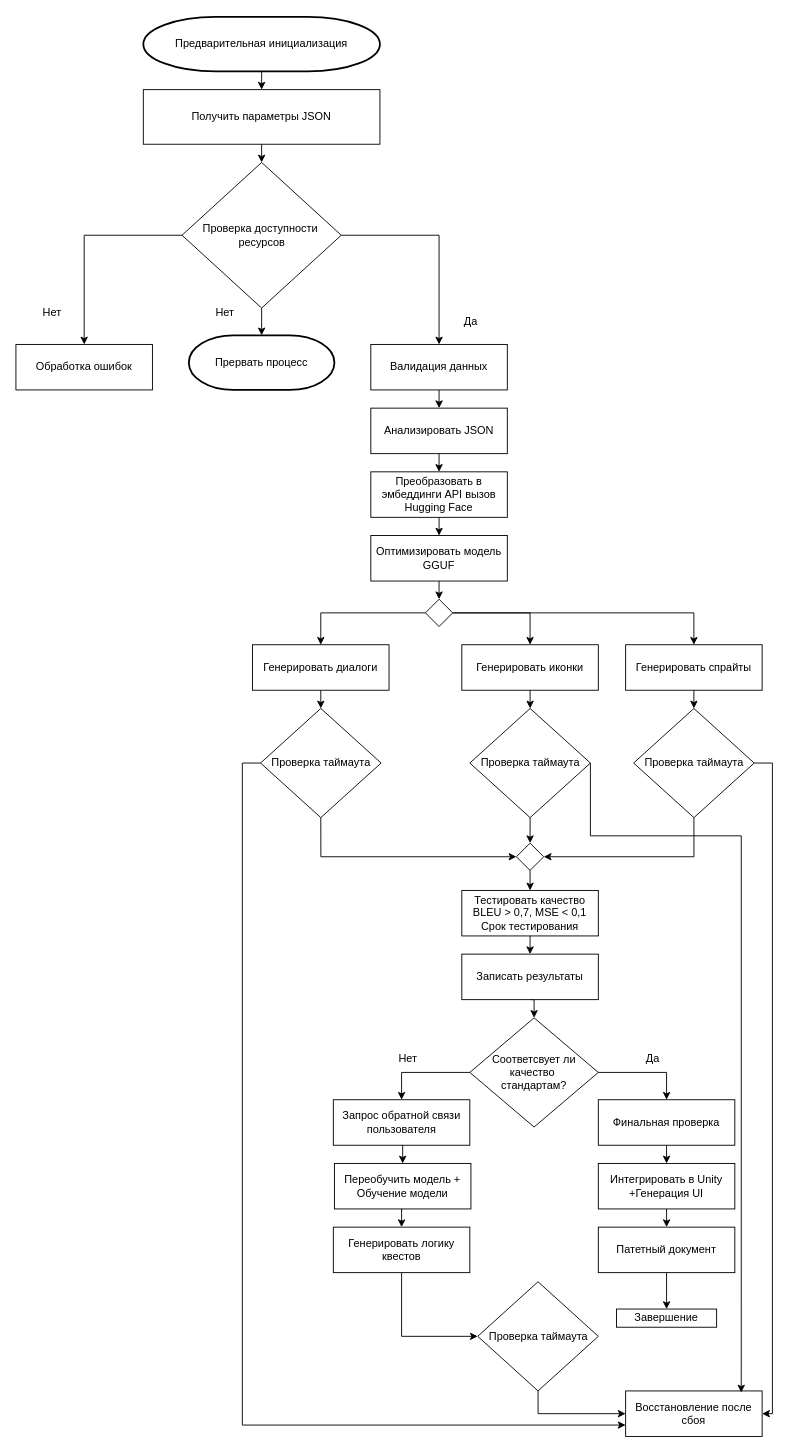
This is UML.drawio from Slavik993/Diplom_Shebanov_2026, a draw.io file, before an edit. Source tidied: cells renumbered, new cells numbered last; positions are measured from the earlier drawing's top-left corner, leaving out a move shared by most shapes. Both pictures are drawn from the tidied source at 91%, with x=0, y=0 at pixel (15, 16).
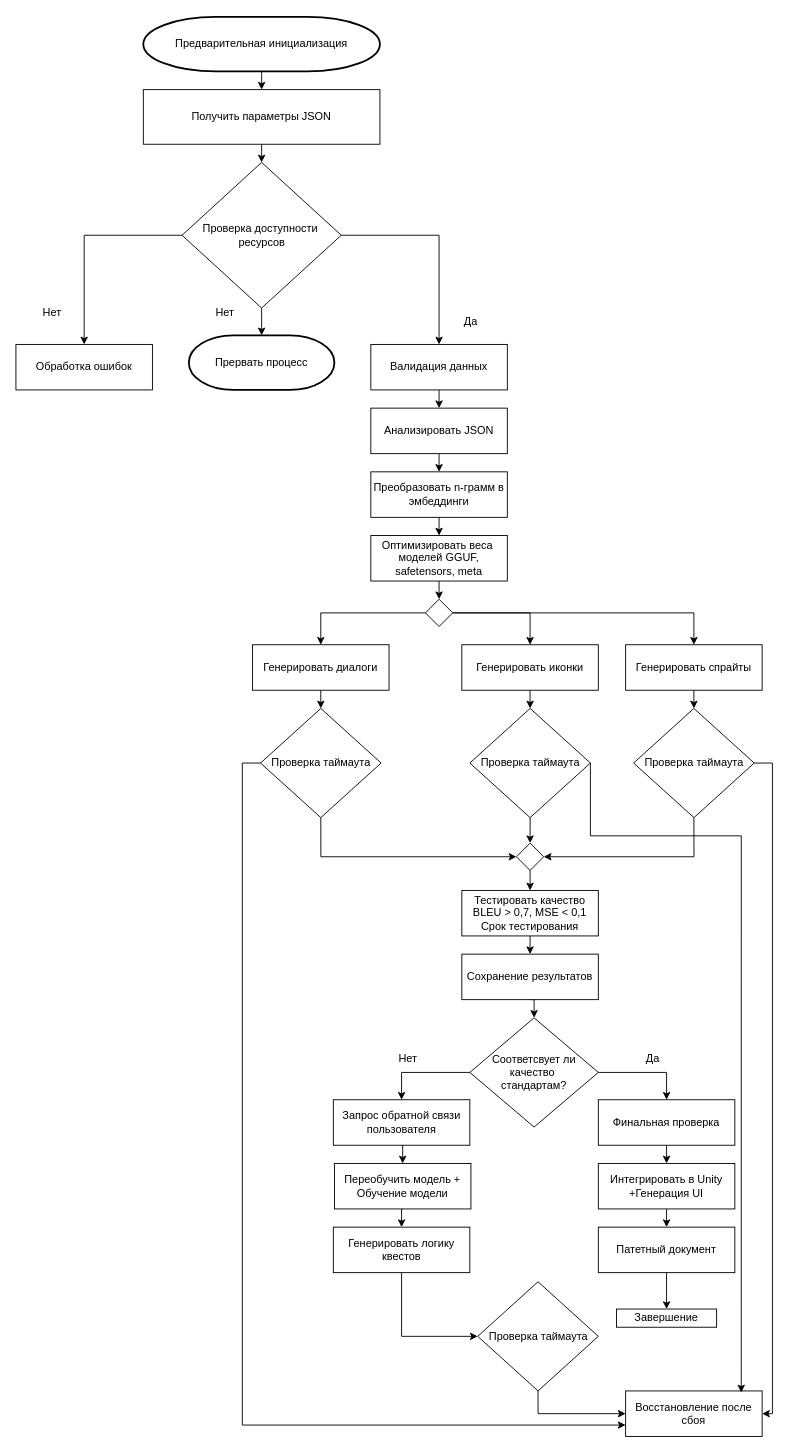
Above is the later version.

What changed in the source:
```diff
@@
-    <mxCell id="20" value="Преобразовать в эмбеддинги API вызов Hugging Face" style="rounded=0;whiteSpace=wrap;html=1;" parent="1" vertex="1">
+    <mxCell id="20" value="Преобразовать n-грамм в эмбеддинги" style="rounded=0;whiteSpace=wrap;html=1;" parent="1" vertex="1">
       <mxGeometry x="390" y="500" width="150" height="50" as="geometry" />
     </mxCell>
@@
-    <mxCell id="22" value="Оптимизировать модель GGUF" style="rounded=0;whiteSpace=wrap;html=1;" parent="1" vertex="1">
+    <mxCell id="22" value="Оптимизировать веса&amp;nbsp; моделей GGUF, safetensors, meta" style="rounded=0;whiteSpace=wrap;html=1;" parent="1" vertex="1">
       <mxGeometry x="390" y="570" width="150" height="50" as="geometry" />
     </mxCell>
@@
-    <mxCell id="46" value="Записать результаты" style="rounded=0;whiteSpace=wrap;html=1;" parent="1" vertex="1">
+    <mxCell id="46" value="Сохранение результатов" style="rounded=0;whiteSpace=wrap;html=1;" parent="1" vertex="1">
       <mxGeometry x="490" y="1030" width="150" height="50" as="geometry" />
     </mxCell>
```
